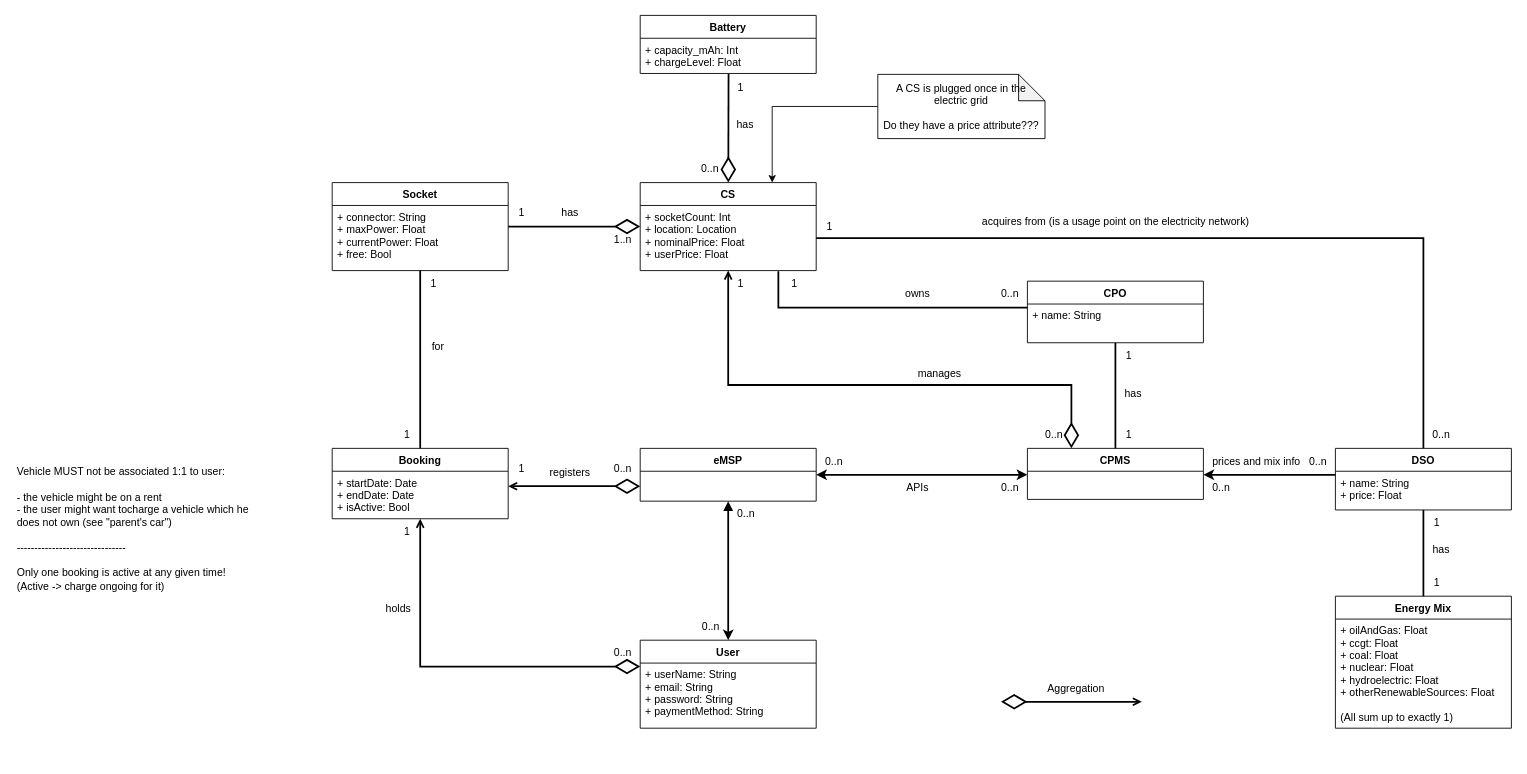
EMJzero/SoftwareEngineeringII-project keeps this draw.io diagram as RASD/UML.drawio. Above is the earlier version. Source tidied: cells renumbered, new cells numbered last; positions are measured from the earlier drawing's top-left corner, leaving out a move shared by most shapes. Both pictures are drawn from the tidied source at 88%, with x=0, y=0 at pixel (15, 15).
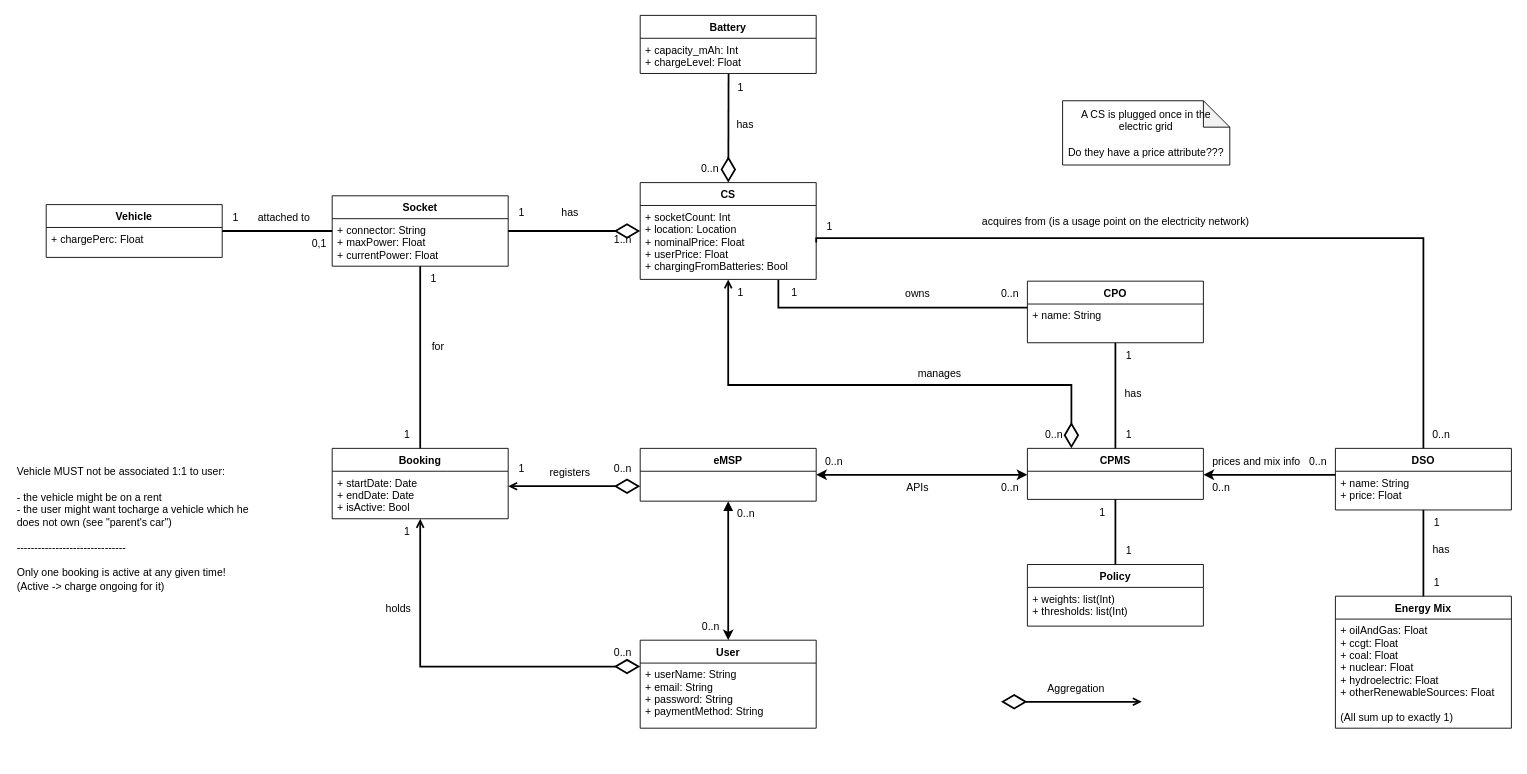
The same diagram, later.

Unchanged cells that the change refers to:
```xml
<mxCell id="33" value="CPMS" style="swimlane;fontStyle=1;horizontal=1;startSize=26;fillColor=none;" parent="1" vertex="1">
  <mxGeometry x="1150" y="492" width="200" height="58" as="geometry" />
</mxCell>
```

The edit, as a diff of the source:
```diff
@@
     <mxCell id="25" value="CS" style="swimlane;fontStyle=1;horizontal=1;startSize=26;fillColor=none;" parent="1" vertex="1">
-      <mxGeometry x="710" y="190" width="200" height="100" as="geometry" />
+      <mxGeometry x="710" y="190" width="200" height="110" as="geometry" />
     </mxCell>
-    <mxCell id="26" value="+ socketCount: Int&#10;+ location: Location&#10;+ nominalPrice: Float&#10;+ userPrice: Float" style="text;strokeColor=none;fillColor=none;align=left;verticalAlign=top;spacingLeft=4;spacingRight=4;overflow=hidden;points=[[0,0.5],[1,0.5]];portConstraint=eastwest;" parent="25" vertex="1">
-      <mxGeometry y="26" width="200" height="74" as="geometry" />
+    <mxCell id="26" value="+ socketCount: Int&#10;+ location: Location&#10;+ nominalPrice: Float&#10;+ userPrice: Float&#10;+ chargingFromBatteries: Bool&#10;" style="text;strokeColor=none;fillColor=none;align=left;verticalAlign=top;spacingLeft=4;spacingRight=4;overflow=hidden;points=[[0,0.5],[1,0.5]];portConstraint=eastwest;" parent="25" vertex="1">
+      <mxGeometry y="26" width="200" height="84" as="geometry" />
     </mxCell>
@@
+    <mxCell id="76" style="edgeStyle=orthogonalEdgeStyle;rounded=0;jettySize=auto;html=1;strokeWidth=2;endArrow=none;endFill=0;" parent="1" edge="1" source="38" target="82">
+      <mxGeometry relative="1" as="geometry" />
+    </mxCell>
     <mxCell id="38" value="Socket" style="swimlane;fontStyle=1;horizontal=1;startSize=26;fillColor=none;" parent="1" vertex="1">
-      <mxGeometry x="360" y="190" width="200" height="100" as="geometry" />
+      <mxGeometry x="360" y="205" width="200" height="80" as="geometry" />
     </mxCell>
-    <mxCell id="39" value="+ connector: String&#10;+ maxPower: Float&#10;+ currentPower: Float&#10;+ free: Bool" style="text;strokeColor=none;fillColor=none;align=left;verticalAlign=top;spacingLeft=4;spacingRight=4;overflow=hidden;points=[[0,0.5],[1,0.5]];portConstraint=eastwest;" parent="38" vertex="1">
-      <mxGeometry y="26" width="200" height="74" as="geometry" />
+    <mxCell id="39" value="+ connector: String&#10;+ maxPower: Float&#10;+ currentPower: Float" style="text;strokeColor=none;fillColor=none;align=left;verticalAlign=top;spacingLeft=4;spacingRight=4;overflow=hidden;points=[[0,0.5],[1,0.5]];portConstraint=eastwest;" parent="38" vertex="1">
+      <mxGeometry y="26" width="200" height="54" as="geometry" />
     </mxCell>
@@
     <mxCell id="48" value="1" style="text;html=1;align=center;verticalAlign=middle;strokeColor=none;fillColor=none;" parent="1" vertex="1">
-      <mxGeometry x="460" y="290" width="30" height="30" as="geometry" />
+      <mxGeometry x="460" y="285" width="30" height="30" as="geometry" />
     </mxCell>
@@
     <mxCell id="55" value="1" style="text;html=1;align=center;verticalAlign=middle;strokeColor=none;fillColor=none;" parent="1" vertex="1">
-      <mxGeometry x="870" y="290" width="30" height="30" as="geometry" />
+      <mxGeometry x="870" y="300" width="30" height="30" as="geometry" />
     </mxCell>
@@
-    <mxCell id="66" style="edgeStyle=orthogonalEdgeStyle;rounded=0;jettySize=auto;html=1;entryX=0.75;entryY=0;entryDx=0;entryDy=0;" parent="1" edge="1" source="67" target="25">
-      <mxGeometry relative="1" as="geometry" />
-    </mxCell>
     <mxCell id="67" value="&lt;span style=&quot;text-align: left;&quot;&gt;A CS is plugged once in the electric grid&lt;br&gt;&lt;br&gt;Do they have a price attribute???&lt;br&gt;&lt;/span&gt;" style="shape=note;whiteSpace=wrap;html=1;backgroundOutline=1;darkOpacity=0.05;" parent="1" vertex="1">
-      <mxGeometry x="980" y="67" width="190" height="73" as="geometry" />
+      <mxGeometry x="1190" y="97" width="190" height="73" as="geometry" />
     </mxCell>
     <mxCell id="68" value="1" style="text;html=1;align=center;verticalAlign=middle;strokeColor=none;fillColor=none;" parent="1" vertex="1">
-      <mxGeometry x="808.8" y="290" width="30" height="30" as="geometry" />
+      <mxGeometry x="808.8" y="300" width="30" height="30" as="geometry" />
     </mxCell>
@@
+    <mxCell id="77" style="edgeStyle=orthogonalEdgeStyle;rounded=0;jettySize=auto;html=1;strokeWidth=2;endArrow=none;endFill=0;" parent="1" edge="1" source="78" target="33">
+      <mxGeometry relative="1" as="geometry" />
+    </mxCell>
+    <mxCell id="78" value="Policy" style="swimlane;fontStyle=1;horizontal=1;startSize=26;fillColor=none;" parent="1" vertex="1">
+      <mxGeometry x="1150" y="624" width="200" height="70" as="geometry" />
+    </mxCell>
+    <mxCell id="79" value="+ weights: list(Int)&#10;+ thresholds: list(Int)&#10;" style="text;strokeColor=none;fillColor=none;align=left;verticalAlign=top;spacingLeft=4;spacingRight=4;overflow=hidden;" parent="78" vertex="1">
+      <mxGeometry y="26" width="200" height="44" as="geometry" />
+    </mxCell>
+    <mxCell id="80" value="1" style="text;html=1;align=center;verticalAlign=middle;strokeColor=none;fillColor=none;" parent="1" vertex="1">
+      <mxGeometry x="1250" y="594" width="30" height="30" as="geometry" />
+    </mxCell>
+    <mxCell id="81" value="1" style="text;html=1;align=center;verticalAlign=middle;strokeColor=none;fillColor=none;" parent="1" vertex="1">
+      <mxGeometry x="1220" y="550" width="30" height="30" as="geometry" />
+    </mxCell>
+    <mxCell id="82" value="Vehicle" style="swimlane;fontStyle=1;horizontal=1;startSize=26;fillColor=none;" parent="1" vertex="1">
+      <mxGeometry x="35" y="215" width="200" height="60" as="geometry" />
+    </mxCell>
+    <mxCell id="83" value="+ chargePerc: Float&#10;" style="text;strokeColor=none;fillColor=none;align=left;verticalAlign=top;spacingLeft=4;spacingRight=4;overflow=hidden;" parent="82" vertex="1">
+      <mxGeometry y="26" width="200" height="34" as="geometry" />
+    </mxCell>
+    <mxCell id="84" value="1" style="text;html=1;align=center;verticalAlign=middle;strokeColor=none;fillColor=none;" parent="1" vertex="1">
+      <mxGeometry x="235" y="215" width="30" height="30" as="geometry" />
+    </mxCell>
+    <mxCell id="85" value="0,1" style="text;html=1;align=center;verticalAlign=middle;strokeColor=none;fillColor=none;" parent="1" vertex="1">
+      <mxGeometry x="325" y="245" width="40" height="30" as="geometry" />
+    </mxCell>
+    <mxCell id="86" value="attached to" style="text;html=1;align=center;verticalAlign=middle;strokeColor=none;fillColor=none;" parent="1" vertex="1">
+      <mxGeometry x="260" y="215" width="90" height="30" as="geometry" />
+    </mxCell>
```
